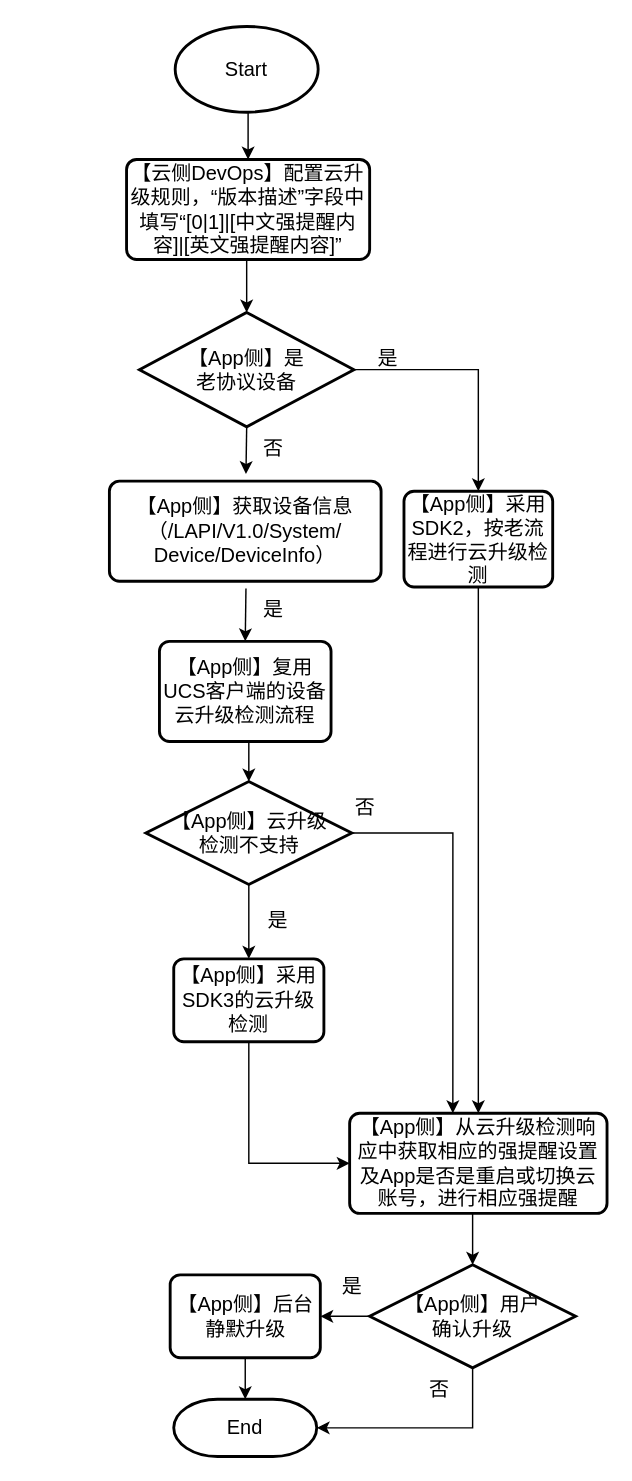
Earlier version of the draw.io diagram App强升级提醒归一到升级规则方案流程图-Op2.drawio (HuaHero/interview). Source tidied: cells renumbered, new cells numbered last; positions are measured from the earlier drawing's top-left corner, leaving out a move shared by most shapes. Both pictures are drawn from the tidied source at 143%, with x=0, y=0 at pixel (109, 26).
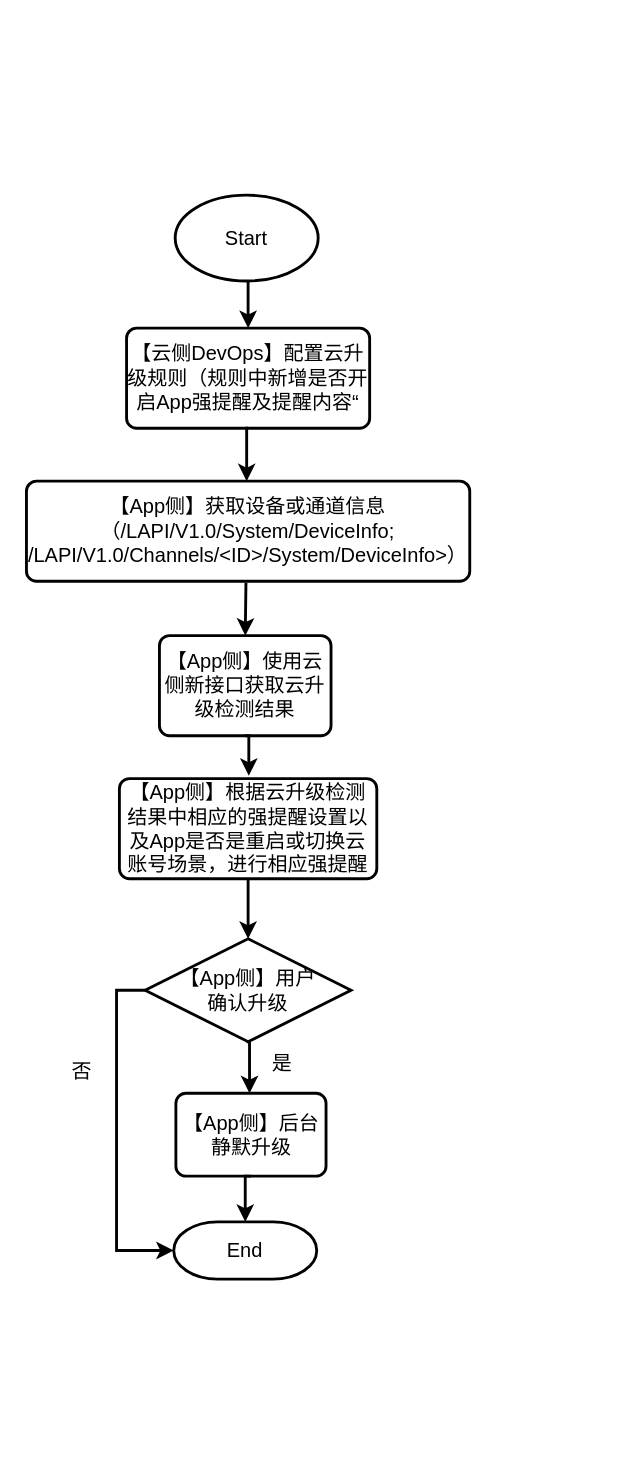
After the change.

Commit message:
更新App强升级提醒归一到升级规则方案流程图-Op2.drawio

Change to the diagram source:
```diff
@@
-    <mxCell id="2" style="edgeStyle=orthogonalEdgeStyle;rounded=0;jettySize=auto;html=1;exitX=0.5;exitY=1;exitDx=0;exitDy=0;exitPerimeter=0;entryX=0.5;entryY=0;entryDx=0;entryDy=0;fontSize=14;" parent="1" edge="1" source="3" target="4">
+    <mxCell id="2" style="edgeStyle=orthogonalEdgeStyle;rounded=0;jettySize=auto;html=1;exitX=0.5;exitY=1;exitDx=0;exitDy=0;exitPerimeter=0;entryX=0.5;entryY=0;entryDx=0;entryDy=0;fontSize=14;strokeWidth=2;" parent="1" edge="1" source="3" target="4">
       <mxGeometry relative="1" as="geometry" />
     </mxCell>
     <mxCell id="3" value="Start" style="strokeWidth=2;html=1;shape=mxgraph.flowchart.start_1;whiteSpace=wrap;fontSize=14;" parent="1" vertex="1">
-      <mxGeometry x="46" width="100" height="60" as="geometry" />
+      <mxGeometry x="46" y="118" width="100" height="60" as="geometry" />
     </mxCell>
-    <mxCell id="4" value="【云侧DevOps】配置云升级规则，“版本描述”字段中填写“[0|1]|[中文强提醒内容]|[英文强提醒内容]”" style="rounded=1;whiteSpace=wrap;html=1;absoluteArcSize=1;arcSize=14;strokeWidth=2;fontSize=14;" parent="1" vertex="1">
-      <mxGeometry x="12" y="93" width="170" height="70" as="geometry" />
+    <mxCell id="4" value="【云侧DevOps】配置云升级规则（规则中新增是否开启App强提醒及提醒内容“" style="rounded=1;whiteSpace=wrap;html=1;absoluteArcSize=1;arcSize=14;strokeWidth=2;fontSize=14;" parent="1" vertex="1">
+      <mxGeometry x="12" y="211" width="170" height="70" as="geometry" />
     </mxCell>
-    <mxCell id="5" style="edgeStyle=orthogonalEdgeStyle;rounded=0;jettySize=auto;html=1;exitX=1;exitY=0.5;exitDx=0;exitDy=0;exitPerimeter=0;entryX=0.5;entryY=0;entryDx=0;entryDy=0;fontSize=14;" parent="1" edge="1" source="6" target="8">
-      <mxGeometry relative="1" as="geometry" />
-    </mxCell>
-    <mxCell id="6" value="【App侧】是&lt;div style=&quot;font-size: 14px;&quot;&gt;老协议设备&lt;/div&gt;" style="strokeWidth=2;html=1;shape=mxgraph.flowchart.decision;whiteSpace=wrap;fontSize=14;" parent="1" vertex="1">
-      <mxGeometry x="21" y="200" width="150" height="80" as="geometry" />
-    </mxCell>
-    <mxCell id="7" style="edgeStyle=orthogonalEdgeStyle;rounded=0;jettySize=auto;html=1;exitX=0.5;exitY=1;exitDx=0;exitDy=0;fontSize=14;" parent="1" edge="1" source="8" target="21">
-      <mxGeometry relative="1" as="geometry" />
-    </mxCell>
-    <mxCell id="8" value="【App侧】采用SDK2，按老流程进行云升级检测" style="rounded=1;whiteSpace=wrap;html=1;absoluteArcSize=1;arcSize=14;strokeWidth=2;fontSize=14;" parent="1" vertex="1">
-      <mxGeometry x="206" y="325" width="104" height="67" as="geometry" />
-    </mxCell>
-    <mxCell id="9" value="是" style="text;html=1;align=center;verticalAlign=middle;whiteSpace=wrap;rounded=0;fontSize=14;" parent="1" vertex="1">
-      <mxGeometry x="180" y="217" width="30" height="30" as="geometry" />
-    </mxCell>
-    <mxCell id="10" value="【App侧】复用UCS客户端的设备云升级检测流程" style="rounded=1;whiteSpace=wrap;html=1;absoluteArcSize=1;arcSize=14;strokeWidth=2;fontSize=14;" parent="1" vertex="1">
-      <mxGeometry x="35" y="430" width="120" height="70" as="geometry" />
+    <mxCell id="10" value="【App侧】使用云侧新接口获取云升级检测结果" style="rounded=1;whiteSpace=wrap;html=1;absoluteArcSize=1;arcSize=14;strokeWidth=2;fontSize=14;" parent="1" vertex="1">
+      <mxGeometry x="35" y="426" width="120" height="70" as="geometry" />
     </mxCell>
-    <mxCell id="11" style="edgeStyle=orthogonalEdgeStyle;rounded=0;jettySize=auto;html=1;exitX=0.5;exitY=1;exitDx=0;exitDy=0;exitPerimeter=0;entryX=0.5;entryY=0;entryDx=0;entryDy=0;fontSize=14;" parent="1" edge="1" target="10">
+    <mxCell id="11" style="edgeStyle=orthogonalEdgeStyle;rounded=0;jettySize=auto;html=1;exitX=0.5;exitY=1;exitDx=0;exitDy=0;exitPerimeter=0;entryX=0.5;entryY=0;entryDx=0;entryDy=0;fontSize=14;strokeWidth=2;" parent="1" edge="1" target="10">
       <mxGeometry relative="1" as="geometry">
-        <mxPoint x="95.5" y="393" as="sourcePoint" />
+        <mxPoint x="95.5" y="389" as="sourcePoint" />
       </mxGeometry>
     </mxCell>
-    <mxCell id="12" style="edgeStyle=orthogonalEdgeStyle;rounded=0;jettySize=auto;html=1;exitX=0.5;exitY=1;exitDx=0;exitDy=0;exitPerimeter=0;entryX=0.5;entryY=0;entryDx=0;entryDy=0;entryPerimeter=0;fontSize=14;" parent="1" edge="1" source="6">
-      <mxGeometry relative="1" as="geometry">
-        <mxPoint x="95.5" y="313" as="targetPoint" />
-      </mxGeometry>
-    </mxCell>
-    <mxCell id="13" value="否" style="text;html=1;align=center;verticalAlign=middle;whiteSpace=wrap;rounded=0;fontSize=14;" parent="1" vertex="1">
-      <mxGeometry x="100" y="280" width="30" height="30" as="geometry" />
-    </mxCell>
-    <mxCell id="14" value="是" style="text;html=1;align=center;verticalAlign=middle;whiteSpace=wrap;rounded=0;fontSize=14;" parent="1" vertex="1">
-      <mxGeometry x="100" y="393" width="30" height="30" as="geometry" />
-    </mxCell>
-    <mxCell id="15" style="edgeStyle=orthogonalEdgeStyle;rounded=0;jettySize=auto;html=1;exitX=0.5;exitY=1;exitDx=0;exitDy=0;entryX=0;entryY=0.5;entryDx=0;entryDy=0;fontSize=14;" parent="1" edge="1" source="16" target="21">
-      <mxGeometry relative="1" as="geometry" />
-    </mxCell>
-    <mxCell id="16" value="【App侧】采用SDK3的云升级检测" style="rounded=1;whiteSpace=wrap;html=1;absoluteArcSize=1;arcSize=14;strokeWidth=2;fontSize=14;" parent="1" vertex="1">
-      <mxGeometry x="45" y="652" width="105" height="58" as="geometry" />
-    </mxCell>
-    <mxCell id="17" style="edgeStyle=orthogonalEdgeStyle;rounded=0;jettySize=auto;html=1;exitX=0.5;exitY=1;exitDx=0;exitDy=0;exitPerimeter=0;entryX=0.5;entryY=0;entryDx=0;entryDy=0;fontSize=14;" parent="1" edge="1" source="18" target="16">
-      <mxGeometry relative="1" as="geometry" />
-    </mxCell>
-    <mxCell id="18" value="【App侧】云升级&lt;div style=&quot;font-size: 14px;&quot;&gt;检测&lt;span style=&quot;background-color: initial; font-size: 14px;&quot;&gt;不支持&lt;/span&gt;&lt;/div&gt;" style="strokeWidth=2;html=1;shape=mxgraph.flowchart.decision;whiteSpace=wrap;fontSize=14;" parent="1" vertex="1">
-      <mxGeometry x="25.5" y="528" width="144" height="72" as="geometry" />
-    </mxCell>
-    <mxCell id="19" style="edgeStyle=orthogonalEdgeStyle;rounded=0;jettySize=auto;html=1;exitX=0.5;exitY=1;exitDx=0;exitDy=0;entryX=0.5;entryY=0;entryDx=0;entryDy=0;entryPerimeter=0;fontSize=14;" parent="1" edge="1" source="10" target="18">
-      <mxGeometry relative="1" as="geometry" />
+    <mxCell id="19" style="edgeStyle=orthogonalEdgeStyle;rounded=0;jettySize=auto;html=1;exitX=0.5;exitY=1;exitDx=0;exitDy=0;entryX=0.5;entryY=0;entryDx=0;entryDy=0;entryPerimeter=0;fontSize=14;strokeWidth=2;" parent="1" edge="1" source="10">
+      <mxGeometry relative="1" as="geometry">
+        <mxPoint x="97.5" y="524" as="targetPoint" />
+      </mxGeometry>
     </mxCell>
-    <mxCell id="20" value="是" style="text;html=1;align=center;verticalAlign=middle;whiteSpace=wrap;rounded=0;fontSize=14;" parent="1" vertex="1">
-      <mxGeometry x="103" y="610" width="30" height="30" as="geometry" />
-    </mxCell>
-    <mxCell id="21" value="【App侧】从云升级检测响应中获取相应的强提醒设置及App是否是重启或切换云账号，进行相应强提醒" style="rounded=1;whiteSpace=wrap;html=1;absoluteArcSize=1;arcSize=14;strokeWidth=2;fontSize=14;" parent="1" vertex="1">
-      <mxGeometry x="168" y="760" width="180" height="70" as="geometry" />
+    <mxCell id="21" value="【App侧】根据云升级检测结果中相应的强提醒设置以及App是否是重启或切换云账号场景，进行相应强提醒" style="rounded=1;whiteSpace=wrap;html=1;absoluteArcSize=1;arcSize=14;strokeWidth=2;fontSize=14;" parent="1" vertex="1">
+      <mxGeometry x="7" y="526" width="180" height="70" as="geometry" />
     </mxCell>
-    <mxCell id="22" value="否" style="text;html=1;align=center;verticalAlign=middle;whiteSpace=wrap;rounded=0;fontSize=14;" parent="1" vertex="1">
-      <mxGeometry x="164" y="531" width="30" height="30" as="geometry" />
-    </mxCell>
-    <mxCell id="23" style="edgeStyle=orthogonalEdgeStyle;rounded=0;jettySize=auto;html=1;exitX=0.5;exitY=1;exitDx=0;exitDy=0;entryX=0.5;entryY=0;entryDx=0;entryDy=0;entryPerimeter=0;fontSize=14;" parent="1" edge="1" source="4" target="6">
-      <mxGeometry relative="1" as="geometry" />
+    <mxCell id="23" style="edgeStyle=orthogonalEdgeStyle;rounded=0;jettySize=auto;html=1;exitX=0.5;exitY=1;exitDx=0;exitDy=0;entryX=0.5;entryY=0;entryDx=0;entryDy=0;entryPerimeter=0;fontSize=14;strokeWidth=2;" parent="1" edge="1" source="4">
+      <mxGeometry relative="1" as="geometry">
+        <mxPoint x="96" y="318" as="targetPoint" />
+      </mxGeometry>
     </mxCell>
-    <mxCell id="24" style="edgeStyle=orthogonalEdgeStyle;rounded=0;jettySize=auto;html=1;exitX=1;exitY=0.5;exitDx=0;exitDy=0;exitPerimeter=0;entryX=0.401;entryY=0;entryDx=0;entryDy=0;entryPerimeter=0;fontSize=14;" parent="1" edge="1" source="18" target="21">
-      <mxGeometry relative="1" as="geometry" />
-    </mxCell>
-    <mxCell id="25" style="edgeStyle=orthogonalEdgeStyle;rounded=0;jettySize=auto;html=1;exitX=0;exitY=0.5;exitDx=0;exitDy=0;exitPerimeter=0;entryX=1;entryY=0.5;entryDx=0;entryDy=0;fontSize=14;" parent="1" edge="1" source="26" target="28">
-      <mxGeometry relative="1" as="geometry" />
-    </mxCell>
+    <mxCell id="35" style="edgeStyle=orthogonalEdgeStyle;rounded=0;orthogonalLoop=1;jettySize=auto;html=1;exitX=0.5;exitY=1;exitDx=0;exitDy=0;exitPerimeter=0;entryX=0.5;entryY=0;entryDx=0;entryDy=0;fontSize=14;strokeWidth=2;" parent="1" edge="1">
+      <mxGeometry relative="1" as="geometry">
+        <mxPoint x="96" y="710" as="sourcePoint" />
+        <mxPoint x="98" y="746" as="targetPoint" />
+      </mxGeometry>
+    </mxCell>
     <mxCell id="26" value="【App侧】用户&lt;div style=&quot;font-size: 14px;&quot;&gt;确认升级&lt;/div&gt;" style="strokeWidth=2;html=1;shape=mxgraph.flowchart.decision;whiteSpace=wrap;fontSize=14;" parent="1" vertex="1">
-      <mxGeometry x="182" y="866" width="144" height="72" as="geometry" />
+      <mxGeometry x="25" y="638" width="144" height="72" as="geometry" />
     </mxCell>
     <mxCell id="27" value="End" style="strokeWidth=2;html=1;shape=mxgraph.flowchart.terminator;whiteSpace=wrap;fontSize=14;" parent="1" vertex="1">
-      <mxGeometry x="45" y="960" width="100" height="40" as="geometry" />
+      <mxGeometry x="45" y="836" width="100" height="40" as="geometry" />
     </mxCell>
     <mxCell id="28" value="【App侧】后台静默升级" style="rounded=1;whiteSpace=wrap;html=1;absoluteArcSize=1;arcSize=14;strokeWidth=2;fontSize=14;" parent="1" vertex="1">
-      <mxGeometry x="42.5" y="873" width="105" height="58" as="geometry" />
+      <mxGeometry x="46.5" y="746" width="105" height="58" as="geometry" />
     </mxCell>
-    <mxCell id="29" style="edgeStyle=orthogonalEdgeStyle;rounded=0;jettySize=auto;html=1;exitX=0.5;exitY=1;exitDx=0;exitDy=0;entryX=0.5;entryY=0;entryDx=0;entryDy=0;entryPerimeter=0;fontSize=14;" parent="1" edge="1" source="28" target="27">
-      <mxGeometry relative="1" as="geometry" />
-    </mxCell>
-    <mxCell id="30" style="edgeStyle=orthogonalEdgeStyle;rounded=0;jettySize=auto;html=1;exitX=0.5;exitY=1;exitDx=0;exitDy=0;exitPerimeter=0;entryX=1;entryY=0.5;entryDx=0;entryDy=0;entryPerimeter=0;fontSize=14;" parent="1" edge="1" source="26" target="27">
-      <mxGeometry relative="1" as="geometry" />
-    </mxCell>
-    <mxCell id="31" style="edgeStyle=orthogonalEdgeStyle;rounded=0;jettySize=auto;html=1;exitX=0.5;exitY=1;exitDx=0;exitDy=0;entryX=0.5;entryY=0;entryDx=0;entryDy=0;entryPerimeter=0;fontSize=14;" parent="1" edge="1" source="21" target="26">
+    <mxCell id="31" style="edgeStyle=orthogonalEdgeStyle;rounded=0;jettySize=auto;html=1;exitX=0.5;exitY=1;exitDx=0;exitDy=0;entryX=0.5;entryY=0;entryDx=0;entryDy=0;entryPerimeter=0;fontSize=14;strokeWidth=2;" parent="1" edge="1" source="21" target="26">
       <mxGeometry relative="1" as="geometry" />
     </mxCell>
-    <mxCell id="32" value="是" style="text;html=1;align=center;verticalAlign=middle;whiteSpace=wrap;rounded=0;fontSize=14;" parent="1" vertex="1">
-      <mxGeometry x="155" y="866" width="30" height="30" as="geometry" />
+    <mxCell id="32" value="是" style="text;html=1;align=center;verticalAlign=middle;whiteSpace=wrap;rounded=0;fontSize=14;strokeWidth=2;" parent="1" vertex="1">
+      <mxGeometry x="106" y="710" width="30" height="30" as="geometry" />
     </mxCell>
-    <mxCell id="33" value="否" style="text;html=1;align=center;verticalAlign=middle;whiteSpace=wrap;rounded=0;fontSize=14;" parent="1" vertex="1">
-      <mxGeometry x="216" y="938" width="30" height="30" as="geometry" />
+    <mxCell id="33" value="否" style="text;html=1;align=center;verticalAlign=middle;whiteSpace=wrap;rounded=0;fontSize=14;strokeWidth=2;" parent="1" vertex="1">
+      <mxGeometry x="-34" y="716" width="30" height="30" as="geometry" />
     </mxCell>
-    <mxCell id="34" value="【App侧】获取设备信息（/LAPI/V1.0/System/&lt;div&gt;Device/DeviceInfo）&lt;/div&gt;" style="rounded=1;whiteSpace=wrap;html=1;absoluteArcSize=1;arcSize=14;strokeWidth=2;fontSize=14;" parent="1" vertex="1">
-      <mxGeometry y="318" width="190" height="70" as="geometry" />
+    <mxCell id="34" value="【App侧】获取设备或通道信息&lt;div&gt;（/LAPI/V1.0/System/&lt;span style=&quot;background-color: initial;&quot;&gt;DeviceInfo;&lt;/span&gt;&lt;div style=&quot;font-size: 14px;&quot;&gt;/LAPI/V1.0/Channels/&amp;lt;ID&amp;gt;/System/DeviceInfo&amp;gt;）&lt;/div&gt;&lt;/div&gt;" style="rounded=1;whiteSpace=wrap;html=1;absoluteArcSize=1;arcSize=14;strokeWidth=2;fontSize=14;" parent="1" vertex="1">
+      <mxGeometry x="-58" y="318" width="310" height="70" as="geometry" />
     </mxCell>
+    <mxCell id="29" style="edgeStyle=orthogonalEdgeStyle;rounded=0;jettySize=auto;html=1;exitX=0.5;exitY=1;exitDx=0;exitDy=0;entryX=0.5;entryY=0;entryDx=0;entryDy=0;entryPerimeter=0;fontSize=14;strokeWidth=2;" parent="1" edge="1" source="28" target="27">
+      <mxGeometry relative="1" as="geometry" />
+    </mxCell>
+    <mxCell id="30" style="edgeStyle=orthogonalEdgeStyle;rounded=0;jettySize=auto;html=1;exitX=0;exitY=0.5;exitDx=0;exitDy=0;exitPerimeter=0;entryX=0;entryY=0.5;entryDx=0;entryDy=0;entryPerimeter=0;fontSize=14;strokeWidth=2;" parent="1" edge="1" source="26" target="27">
+      <mxGeometry relative="1" as="geometry" />
+    </mxCell>
```
